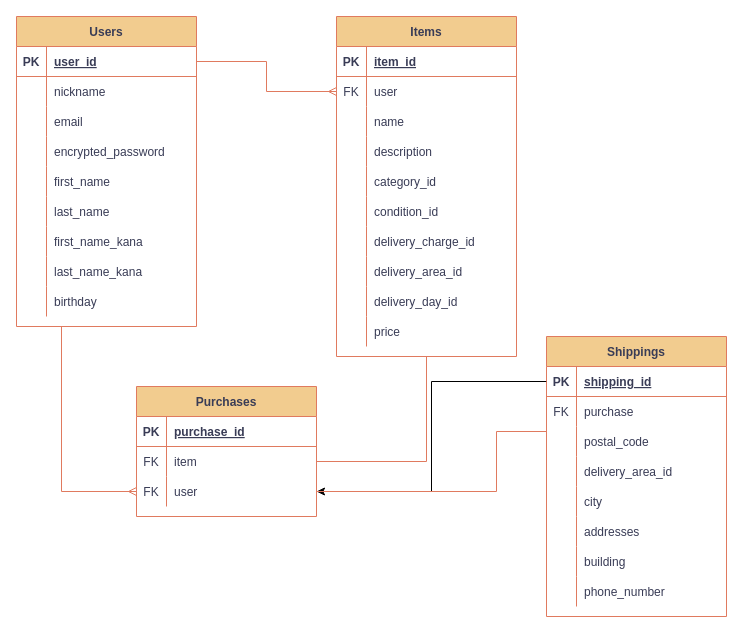
Before: furima-34875.dio in abreahn/furima-34875, a draw.io diagram. Source tidied: cells renumbered, new cells numbered last; positions are measured from the earlier drawing's top-left corner, leaving out a move shared by most shapes. Both pictures are drawn from the tidied source at 100%, with x=0, y=0 at pixel (16, 16).
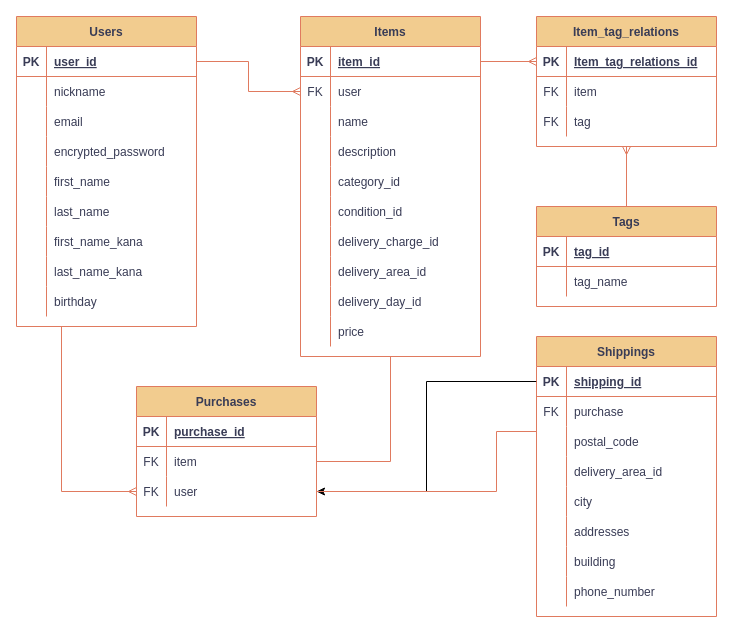
The same diagram, later.

The change refers to these unchanged cells:
```xml
<mxCell id="33" style="shape=partialRectangle;fillColor=none;top=0;left=0;bottom=1;right=0;points=[[0,0.5],[1,0.5]];portConstraint=eastwest;strokeColor=#E07A5F;fontColor=#393C56;" parent="32" vertex="1">
  <mxGeometry y="30" width="180" height="30" as="geometry" />
</mxCell>
```

The edit, as a diff of the source:
```diff
@@
     <mxCell id="32" value="Items" style="shape=table;startSize=30;childLayout=tableLayout;rowLines=0;fontStyle=1;align=center;fillColor=#F2CC8F;strokeColor=#E07A5F;fontColor=#393C56;" parent="1" vertex="1">
-      <mxGeometry x="320" width="180" height="340" as="geometry" />
+      <mxGeometry x="284" width="180" height="340" as="geometry" />
     </mxCell>
@@
     <mxCell id="73" value="Shippings" style="shape=table;startSize=30;childLayout=tableLayout;rowLines=0;fontStyle=1;align=center;fillColor=#F2CC8F;strokeColor=#E07A5F;fontColor=#393C56;" parent="1" vertex="1">
-      <mxGeometry x="530" y="320" width="180" height="280" as="geometry" />
+      <mxGeometry x="520" y="320" width="180" height="280" as="geometry" />
     </mxCell>
@@
+    <mxCell id="101" value="Item_tag_relations" style="shape=table;startSize=30;childLayout=tableLayout;rowLines=0;fontStyle=1;align=center;fillColor=#F2CC8F;strokeColor=#E07A5F;fontColor=#393C56;" parent="1" vertex="1">
+      <mxGeometry x="520" width="180" height="130" as="geometry" />
+    </mxCell>
+    <mxCell id="102" style="shape=partialRectangle;fillColor=none;top=0;left=0;bottom=1;right=0;points=[[0,0.5],[1,0.5]];portConstraint=eastwest;strokeColor=#E07A5F;fontColor=#393C56;" parent="101" vertex="1">
+      <mxGeometry y="30" width="180" height="30" as="geometry" />
+    </mxCell>
+    <mxCell id="103" value="PK" style="shape=partialRectangle;fillColor=none;top=0;left=0;bottom=0;right=0;fontStyle=1;overflow=hidden;strokeColor=#E07A5F;fontColor=#393C56;" parent="102" vertex="1">
+      <mxGeometry width="30" height="30" as="geometry" />
+    </mxCell>
+    <mxCell id="104" value="Item_tag_relations_id" style="shape=partialRectangle;fillColor=none;top=0;left=0;bottom=0;right=0;align=left;spacingLeft=6;fontStyle=5;overflow=hidden;strokeColor=#E07A5F;fontColor=#393C56;" parent="102" vertex="1">
+      <mxGeometry x="30" width="150" height="30" as="geometry" />
+    </mxCell>
+    <mxCell id="105" style="shape=partialRectangle;fillColor=none;top=0;left=0;bottom=0;right=0;strokeColor=#E07A5F;fontColor=#393C56;" parent="101" vertex="1">
+      <mxGeometry y="60" width="180" height="30" as="geometry" />
+    </mxCell>
+    <mxCell id="106" value="FK" style="shape=partialRectangle;fillColor=none;top=0;left=0;bottom=0;right=0;overflow=hidden;strokeColor=#E07A5F;fontColor=#393C56;" parent="105" vertex="1">
+      <mxGeometry width="30" height="30" as="geometry" />
+    </mxCell>
+    <mxCell id="107" value="item" style="shape=partialRectangle;fillColor=none;top=0;left=0;bottom=0;right=0;align=left;spacingLeft=6;overflow=hidden;strokeColor=#E07A5F;fontColor=#393C56;" parent="105" vertex="1">
+      <mxGeometry x="30" width="150" height="30" as="geometry" />
+    </mxCell>
+    <mxCell id="108" style="shape=partialRectangle;fillColor=none;top=0;left=0;bottom=0;right=0;strokeColor=#E07A5F;fontColor=#393C56;" parent="101" vertex="1">
+      <mxGeometry y="90" width="180" height="30" as="geometry" />
+    </mxCell>
+    <mxCell id="109" value="FK" style="shape=partialRectangle;fillColor=none;top=0;left=0;bottom=0;right=0;overflow=hidden;strokeColor=#E07A5F;fontColor=#393C56;" parent="108" vertex="1">
+      <mxGeometry width="30" height="30" as="geometry" />
+    </mxCell>
+    <mxCell id="110" value="tag" style="shape=partialRectangle;fillColor=none;top=0;left=0;bottom=0;right=0;align=left;spacingLeft=6;overflow=hidden;strokeColor=#E07A5F;fontColor=#393C56;" parent="108" vertex="1">
+      <mxGeometry x="30" width="150" height="30" as="geometry" />
+    </mxCell>
+    <mxCell id="111" value="Tags" style="shape=table;startSize=30;childLayout=tableLayout;rowLines=0;fontStyle=1;align=center;fillColor=#F2CC8F;strokeColor=#E07A5F;fontColor=#393C56;" parent="1" vertex="1">
+      <mxGeometry x="520" y="190" width="180" height="100" as="geometry" />
+    </mxCell>
+    <mxCell id="112" style="shape=partialRectangle;fillColor=none;top=0;left=0;bottom=1;right=0;strokeColor=#E07A5F;fontColor=#393C56;" parent="111" vertex="1">
+      <mxGeometry y="30" width="180" height="30" as="geometry" />
+    </mxCell>
+    <mxCell id="113" value="PK" style="shape=partialRectangle;fillColor=none;top=0;left=0;bottom=0;right=0;fontStyle=1;overflow=hidden;strokeColor=#E07A5F;fontColor=#393C56;" parent="112" vertex="1">
+      <mxGeometry width="30" height="30" as="geometry" />
+    </mxCell>
+    <mxCell id="114" value="tag_id" style="shape=partialRectangle;fillColor=none;top=0;left=0;bottom=0;right=0;align=left;spacingLeft=6;fontStyle=5;overflow=hidden;strokeColor=#E07A5F;fontColor=#393C56;" parent="112" vertex="1">
+      <mxGeometry x="30" width="150" height="30" as="geometry" />
+    </mxCell>
+    <mxCell id="115" style="shape=partialRectangle;fillColor=none;top=0;left=0;bottom=0;right=0;strokeColor=#E07A5F;fontColor=#393C56;" parent="111" vertex="1">
+      <mxGeometry y="60" width="180" height="30" as="geometry" />
+    </mxCell>
+    <mxCell id="116" style="shape=partialRectangle;fillColor=none;top=0;left=0;bottom=0;right=0;overflow=hidden;strokeColor=#E07A5F;fontColor=#393C56;" parent="115" vertex="1">
+      <mxGeometry width="30" height="30" as="geometry" />
+    </mxCell>
+    <mxCell id="117" value="tag_name" style="shape=partialRectangle;fillColor=none;top=0;left=0;bottom=0;right=0;align=left;spacingLeft=6;overflow=hidden;strokeColor=#E07A5F;fontColor=#393C56;" parent="115" vertex="1">
+      <mxGeometry x="30" width="150" height="30" as="geometry" />
+    </mxCell>
+    <mxCell id="118" style="edgeStyle=orthogonalEdgeStyle;rounded=0;jettySize=auto;html=1;exitX=0.5;exitY=0;exitDx=0;exitDy=0;endArrow=ERmany;endFill=0;sourcePerimeterSpacing=0;startSize=6;jumpSize=6;strokeWidth=1;strokeColor=#E07A5F;fontColor=#393C56;labelBackgroundColor=#F4F1DE;entryX=0.5;entryY=1;entryDx=0;entryDy=0;" parent="1" edge="1" source="111" target="101">
+      <mxGeometry relative="1" as="geometry" />
+    </mxCell>
+    <mxCell id="119" style="edgeStyle=orthogonalEdgeStyle;rounded=0;jettySize=auto;html=1;exitX=1;exitY=0.5;exitDx=0;exitDy=0;endArrow=ERmany;endFill=0;sourcePerimeterSpacing=0;startSize=6;jumpSize=6;strokeWidth=1;strokeColor=#E07A5F;fontColor=#393C56;labelBackgroundColor=#F4F1DE;entryX=0;entryY=0.5;entryDx=0;entryDy=0;" parent="1" edge="1" source="33" target="102">
+      <mxGeometry relative="1" as="geometry" />
+    </mxCell>
```
